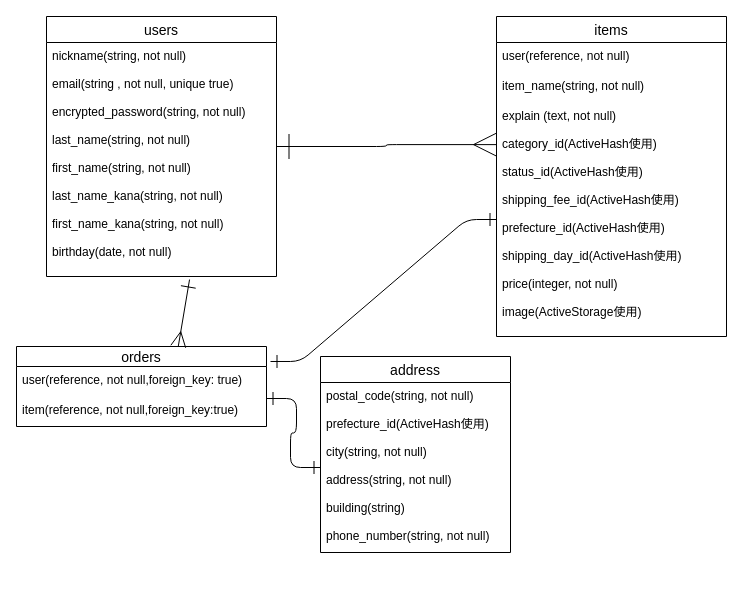
The draw.io diagram furima.dio in honeygoct/furima-34732, before the edit. Source tidied: cells renumbered, new cells numbered last; positions are measured from the earlier drawing's top-left corner, leaving out a move shared by most shapes. Both pictures are drawn from the tidied source at 100%, with x=0, y=0 at pixel (16, 16).
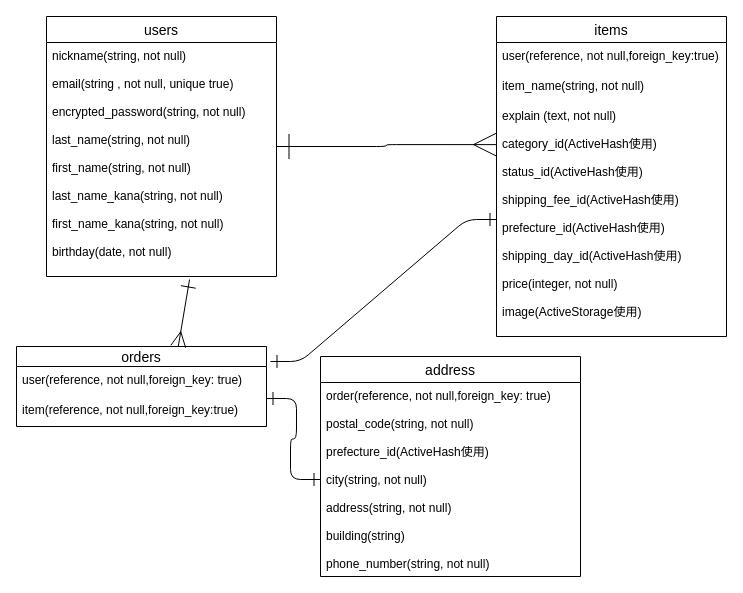
The same page after the edit.

Commit message (it also covers changes not shown here):
データベース修正5

Change to the diagram source:
```diff
@@
 <mxGraphModel>
   <root>
     <mxCell id="0" />
     <mxCell id="1" parent="0" />
     <mxCell id="2" value="users" style="swimlane;fontStyle=0;horizontal=1;startSize=26;align=center;fontSize=14;" parent="1" vertex="1">
       <mxGeometry x="30" width="230" height="260" as="geometry" />
     </mxCell>
     <mxCell id="3" value="nickname(string, not null)&#10;&#10;email(string , not null, unique true)&#10;&#10;encrypted_password(string, not null)&#10;&#10;last_name(string, not null)&#10;&#10;first_name(string, not null)&#10;&#10;last_name_kana(string, not null)&#10;&#10;first_name_kana(string, not null)&#10;&#10;birthday(date, not null)" style="text;strokeColor=none;fillColor=none;spacingLeft=4;spacingRight=4;overflow=hidden;points=[[0,0.5],[1,0.5]];portConstraint=eastwest;fontSize=12;" parent="2" vertex="1">
       <mxGeometry y="26" width="230" height="234" as="geometry" />
     </mxCell>
     <mxCell id="4" value="items" style="swimlane;fontStyle=0;horizontal=1;startSize=26;align=center;fontSize=14;" parent="1" vertex="1">
       <mxGeometry x="480" width="230" height="320" as="geometry" />
     </mxCell>
-    <mxCell id="5" value="user(reference, not null)&#10;" style="text;strokeColor=none;fillColor=none;spacingLeft=4;spacingRight=4;overflow=hidden;fontSize=12;" parent="4" vertex="1">
+    <mxCell id="5" value="user(reference, not null,foreign_key:true)&#10;" style="text;strokeColor=none;fillColor=none;spacingLeft=4;spacingRight=4;overflow=hidden;fontSize=12;" parent="4" vertex="1">
       <mxGeometry y="26" width="230" height="30" as="geometry" />
     </mxCell>
     <mxCell id="6" value="item_name(string, not null)&#10;" style="text;strokeColor=none;fillColor=none;spacingLeft=4;spacingRight=4;overflow=hidden;fontSize=12;" parent="4" vertex="1">
       <mxGeometry y="56" width="230" height="30" as="geometry" />
     </mxCell>
     <mxCell id="7" value="explain (text, not null)&#10;&#10;category_id(ActiveHash使用)&#10;&#10;status_id(ActiveHash使用)&#10;&#10;shipping_fee_id(ActiveHash使用)&#10;&#10;prefecture_id(ActiveHash使用)&#10;&#10;shipping_day_id(ActiveHash使用)&#10;&#10;price(integer, not null)&#10;&#10;image(ActiveStorage使用)" style="text;strokeColor=none;fillColor=none;spacingLeft=4;spacingRight=4;overflow=hidden;points=[[0,0.5],[1,0.5]];portConstraint=eastwest;fontSize=12;" parent="4" vertex="1">
       <mxGeometry y="86" width="230" height="234" as="geometry" />
     </mxCell>
     <mxCell id="8" value="orders" style="swimlane;fontStyle=0;horizontal=1;startSize=20;align=center;fontSize=14;" parent="1" vertex="1">
       <mxGeometry y="330" width="250" height="80" as="geometry" />
     </mxCell>
     <mxCell id="9" value="user(reference, not null,foreign_key: true)" style="text;strokeColor=none;fillColor=none;spacingLeft=4;spacingRight=4;overflow=hidden;points=[[0,0.5],[1,0.5]];portConstraint=eastwest;fontSize=12;" parent="8" vertex="1">
       <mxGeometry y="20" width="250" height="30" as="geometry" />
     </mxCell>
     <mxCell id="10" value="item(reference, not null,foreign_key:true)" style="text;strokeColor=none;fillColor=none;spacingLeft=4;spacingRight=4;overflow=hidden;fontSize=12;" parent="8" vertex="1">
       <mxGeometry y="50" width="250" height="30" as="geometry" />
     </mxCell>
     <mxCell id="11" style="edgeStyle=orthogonalEdgeStyle;fontSize=12;html=1;endArrow=ERmany;startArrow=ERone;exitX=1;exitY=0.5;exitDx=0;exitDy=0;endFill=0;strokeWidth=1;endSize=21;startFill=0;startSize=23;entryX=0;entryY=0.18;entryDx=0;entryDy=0;entryPerimeter=0;" parent="1" edge="1" source="2" target="7">
       <mxGeometry relative="1" as="geometry" />
     </mxCell>
     <mxCell id="12" value="address" style="swimlane;fontStyle=0;horizontal=1;startSize=26;align=center;fontSize=14;" parent="1" vertex="1">
-      <mxGeometry x="304" y="340" width="190" height="196" as="geometry" />
+      <mxGeometry x="304" y="340" width="260" height="220" as="geometry" />
     </mxCell>
-    <mxCell id="13" value="postal_code(string, not null)&#10;&#10;prefecture_id(ActiveHash使用)&#10;&#10;city(string, not null)&#10;&#10;address(string, not null)&#10;&#10;building(string)&#10;&#10;phone_number(string, not null)" style="text;strokeColor=none;fillColor=none;spacingLeft=4;spacingRight=4;overflow=hidden;points=[[0,0.5],[1,0.5]];portConstraint=eastwest;fontSize=12;" parent="12" vertex="1">
-      <mxGeometry y="26" width="190" height="170" as="geometry" />
+    <mxCell id="13" value="order(reference, not null,foreign_key: true)&#10;&#10;postal_code(string, not null)&#10;&#10;prefecture_id(ActiveHash使用)&#10;&#10;city(string, not null)&#10;&#10;address(string, not null)&#10;&#10;building(string)&#10;&#10;phone_number(string, not null)" style="text;strokeColor=none;fillColor=none;spacingLeft=4;spacingRight=4;overflow=hidden;points=[[0,0.5],[1,0.5]];portConstraint=eastwest;fontSize=12;" parent="12" vertex="1">
+      <mxGeometry y="26" width="260" height="194" as="geometry" />
     </mxCell>
     <mxCell id="14" style="fontSize=12;html=1;endArrow=ERmany;exitX=0.622;exitY=1.013;exitDx=0;exitDy=0;exitPerimeter=0;endFill=0;endSize=13;startArrow=ERone;startFill=0;startSize=13;entryX=0.647;entryY=0;entryDx=0;entryDy=0;entryPerimeter=0;" parent="1" edge="1" source="3" target="8">
       <mxGeometry relative="1" as="geometry" />
     </mxCell>
     <mxCell id="15" style="edgeStyle=entityRelationEdgeStyle;fontSize=12;html=1;endArrow=ERone;endFill=0;exitX=1.016;exitY=-0.167;exitDx=0;exitDy=0;exitPerimeter=0;startArrow=ERone;startFill=0;endSize=11;startSize=11;" parent="1" edge="1" source="9" target="7">
       <mxGeometry relative="1" as="geometry" />
     </mxCell>
     <mxCell id="16" style="edgeStyle=entityRelationEdgeStyle;fontSize=12;html=1;endArrow=ERone;endFill=0;startArrow=ERone;startFill=0;endSize=11;startSize=11;" parent="1" edge="1" target="13">
       <mxGeometry relative="1" as="geometry">
         <mxPoint x="250" y="382" as="sourcePoint" />
       </mxGeometry>
     </mxCell>
   </root>
 </mxGraphModel>
```
